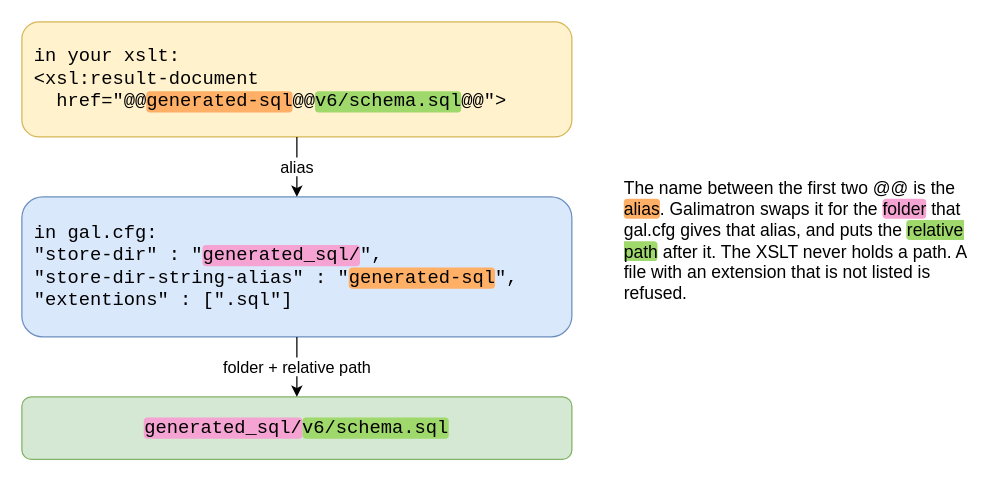
The draw.io diagram drawio/18_alias.drawio in goloveshin/galimatron_doc, before the edit. Source tidied: cells renumbered, new cells numbered last; positions are measured from the earlier drawing's top-left corner, leaving out a move shared by most shapes. Both pictures are drawn from the tidied source at 125%, with x=0, y=0 at pixel (21, 21).
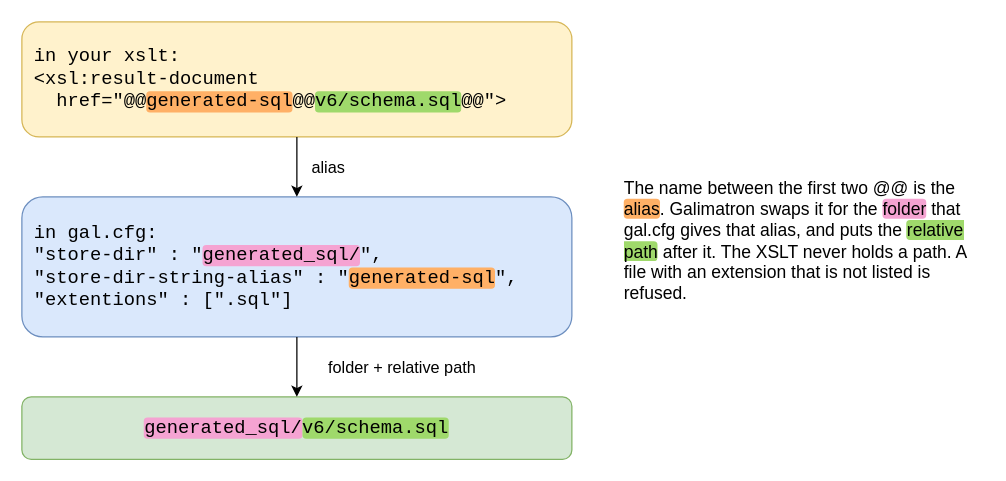
The same page after the edit.

What changed in the source:
```diff
@@
 <mxGraphModel>
   <root>
     <mxCell id="0" />
     <mxCell id="1" parent="0" />
     <mxCell id="2" value="in your xslt:&lt;br&gt;&amp;lt;xsl:result-document&lt;br&gt;&amp;nbsp;&amp;nbsp;href=&quot;@@&lt;span style=&quot;background-color:#ffb066;border-radius:3px;&quot;&gt;generated-sql&lt;/span&gt;@@&lt;span style=&quot;background-color:#9fd96b;border-radius:3px;&quot;&gt;v6/schema.sql&lt;/span&gt;@@&quot;&amp;gt;" style="rounded=1;whiteSpace=wrap;html=1;fillColor=#fff2cc;strokeColor=#d6b656;fontFamily=Courier New;fontSize=15;align=left;spacingLeft=8;spacingRight=8;" parent="1" vertex="1">
       <mxGeometry width="440" height="92" as="geometry" />
     </mxCell>
     <mxCell id="3" value="in gal.cfg:&lt;br&gt;&quot;store-dir&quot; : &quot;&lt;span style=&quot;background-color:#f5a3d2;border-radius:3px;&quot;&gt;generated_sql/&lt;/span&gt;&quot;,&lt;br&gt;&quot;store-dir-string-alias&quot; : &quot;&lt;span style=&quot;background-color:#ffb066;border-radius:3px;&quot;&gt;generated-sql&lt;/span&gt;&quot;,&lt;br&gt;&quot;extentions&quot; : [&quot;.sql&quot;]" style="rounded=1;whiteSpace=wrap;html=1;fillColor=#dae8fc;strokeColor=#6c8ebf;fontFamily=Courier New;fontSize=15;align=left;spacingLeft=8;spacingRight=8;" parent="1" vertex="1">
       <mxGeometry y="140" width="440" height="112" as="geometry" />
     </mxCell>
     <mxCell id="4" value="&lt;span style=&quot;background-color:#f5a3d2;border-radius:3px;&quot;&gt;generated_sql/&lt;/span&gt;&lt;span style=&quot;background-color:#9fd96b;border-radius:3px;&quot;&gt;v6/schema.sql&lt;/span&gt;" style="rounded=1;whiteSpace=wrap;html=1;fillColor=#d5e8d4;strokeColor=#82b366;fontFamily=Courier New;fontSize=15;" parent="1" vertex="1">
       <mxGeometry y="300" width="440" height="50" as="geometry" />
     </mxCell>
-    <mxCell id="5" value="alias" style="endArrow=classic;html=1;labelBackgroundColor=#ffffff;edgeStyle=none;fontSize=13;" parent="1" edge="1" source="2" target="3">
-      <mxGeometry relative="1" as="geometry" />
+    <mxCell id="5" value="alias" style="endArrow=classic;html=1;edgeStyle=none;fontSize=13;" parent="1" edge="1" source="2" target="3">
+      <mxGeometry relative="1" as="geometry">
+        <mxPoint x="25" as="offset" />
+      </mxGeometry>
     </mxCell>
-    <mxCell id="6" value="folder + relative path" style="endArrow=classic;html=1;labelBackgroundColor=#ffffff;edgeStyle=none;fontSize=13;" parent="1" edge="1" source="3" target="4">
-      <mxGeometry relative="1" as="geometry" />
+    <mxCell id="6" value="folder + relative path" style="endArrow=classic;html=1;edgeStyle=none;fontSize=13;" parent="1" edge="1" source="3" target="4">
+      <mxGeometry relative="1" as="geometry">
+        <mxPoint x="84" as="offset" />
+      </mxGeometry>
     </mxCell>
     <mxCell id="7" value="The name between the first two @@ is the &lt;span style=&quot;background-color:#ffb066;border-radius:3px;&quot;&gt;alias&lt;/span&gt;. Galimatron swaps it for the &lt;span style=&quot;background-color:#f5a3d2;border-radius:3px;&quot;&gt;folder&lt;/span&gt; that gal.cfg gives that alias, and puts the &lt;span style=&quot;background-color:#9fd96b;border-radius:3px;&quot;&gt;relative path&lt;/span&gt; after it. The XSLT never holds a path. A file with an extension that is not listed is refused." style="text;html=1;whiteSpace=wrap;verticalAlign=middle;align=left;fontSize=14;" parent="1" vertex="1">
       <mxGeometry x="480" width="290" height="350" as="geometry" />
     </mxCell>
   </root>
 </mxGraphModel>
```
